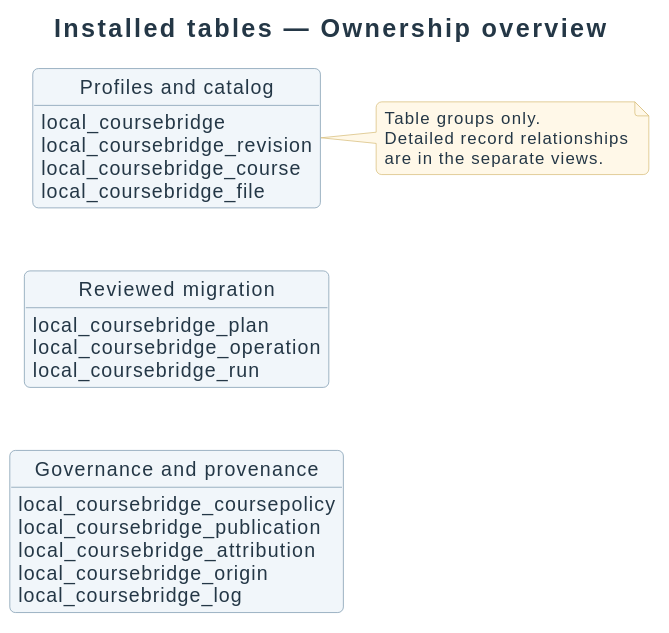
Above: docs/diagrams/design/data-model.svg in didactika/moodle-local_coursefiles (PlantUML), before the change.
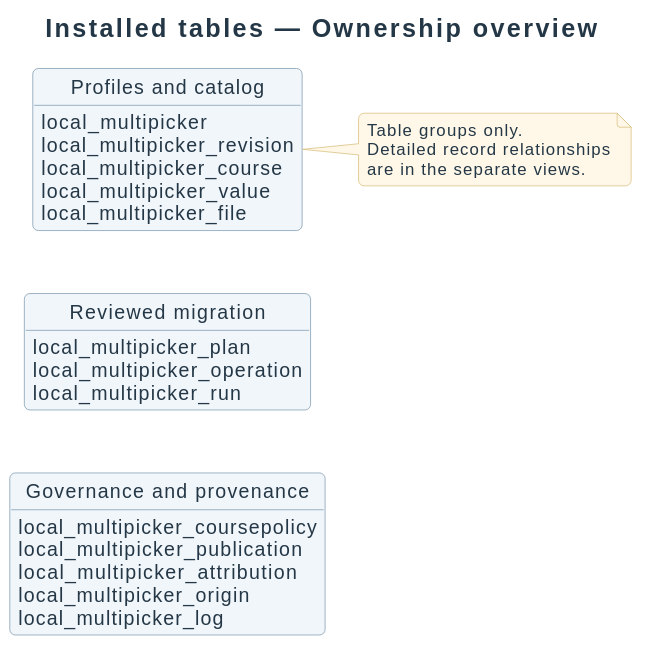
After the change.

Change to the diagram source:
```diff
@@ -5,22 +5,23 @@
 hide circle
 hide methods
 class "Profiles and catalog" as Catalog {
-  local_coursebridge
-  local_coursebridge_revision
-  local_coursebridge_course
-  local_coursebridge_file
+  local_multipicker
+  local_multipicker_revision
+  local_multipicker_course
+  local_multipicker_value
+  local_multipicker_file
 }
 class "Reviewed migration" as Migration {
-  local_coursebridge_plan
-  local_coursebridge_operation
-  local_coursebridge_run
+  local_multipicker_plan
+  local_multipicker_operation
+  local_multipicker_run
 }
 class "Governance and provenance" as Governance {
-  local_coursebridge_coursepolicy
-  local_coursebridge_publication
-  local_coursebridge_attribution
-  local_coursebridge_origin
-  local_coursebridge_log
+  local_multipicker_coursepolicy
+  local_multipicker_publication
+  local_multipicker_attribution
+  local_multipicker_origin
+  local_multipicker_log
 }
 Catalog -[hidden]down-> Migration
 Migration -[hidden]down-> Governance
```
